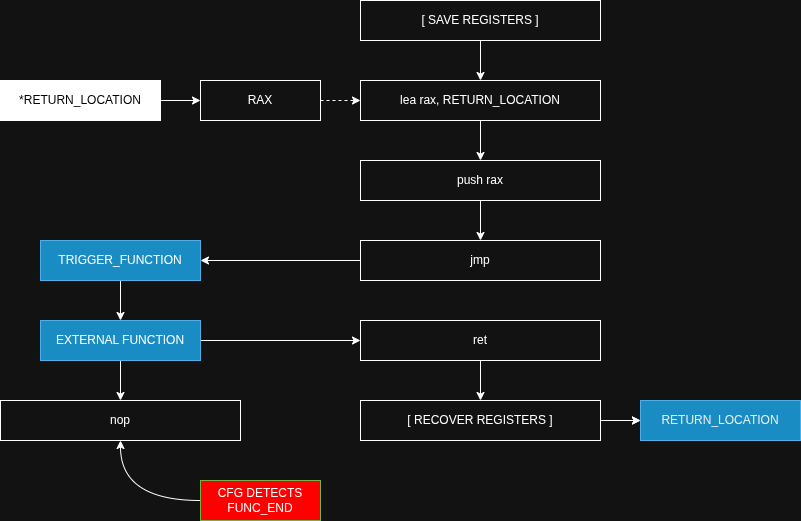
This is rsrc/BRKDEC_FUNC_BOUNDARY.png from therustymate/BRKDEC, a draw.io export, as it was before one commit. Source tidied: cells renumbered, new cells last; positions are measured from the earlier drawing's top-left corner, leaving out a move shared by most shapes. The source it was exported from:
```xml
<mxGraphModel>
  <root>
    <mxCell id="0" />
    <mxCell id="1" parent="0" />
    <mxCell id="2" value="push rax" style="rounded=0;whiteSpace=wrap;html=1;fontSize=12;" parent="1" vertex="1">
      <mxGeometry x="360" y="160" width="240" height="40" as="geometry" />
    </mxCell>
    <mxCell id="3" style="edgeStyle=orthogonalEdgeStyle;rounded=0;jettySize=auto;html=1;exitX=0.5;exitY=1;exitDx=0;exitDy=0;entryX=0.5;entryY=0;entryDx=0;entryDy=0;" parent="1" edge="1" source="2" target="5">
      <mxGeometry relative="1" as="geometry" />
    </mxCell>
    <mxCell id="4" style="edgeStyle=orthogonalEdgeStyle;rounded=0;jettySize=auto;html=1;exitX=0;exitY=0.5;exitDx=0;exitDy=0;entryX=1;entryY=0.5;entryDx=0;entryDy=0;" parent="1" edge="1" source="5" target="7">
      <mxGeometry relative="1" as="geometry" />
    </mxCell>
    <mxCell id="5" value="jmp" style="rounded=0;whiteSpace=wrap;html=1;fontSize=12;" parent="1" vertex="1">
      <mxGeometry x="360" y="240" width="240" height="40" as="geometry" />
    </mxCell>
    <mxCell id="6" style="edgeStyle=orthogonalEdgeStyle;rounded=0;jettySize=auto;html=1;exitX=0.5;exitY=1;exitDx=0;exitDy=0;entryX=0.5;entryY=0;entryDx=0;entryDy=0;fontColor=light-dark(#000000,#FFFFFF);" parent="1" edge="1" source="7" target="21">
      <mxGeometry relative="1" as="geometry" />
    </mxCell>
    <mxCell id="7" value="TRIGGER_FUNCTION" style="rounded=0;whiteSpace=wrap;html=1;fillColor=#1ba1e2;fontColor=light-dark(#000000,#FFFFFF);strokeColor=#006EAF;" parent="1" vertex="1">
      <mxGeometry x="40" y="240" width="160" height="40" as="geometry" />
    </mxCell>
    <mxCell id="8" style="edgeStyle=orthogonalEdgeStyle;rounded=0;jettySize=auto;html=1;exitX=1;exitY=0.5;exitDx=0;exitDy=0;entryX=0;entryY=0.5;entryDx=0;entryDy=0;dashed=1;" parent="1" edge="1" source="9" target="13">
      <mxGeometry relative="1" as="geometry" />
    </mxCell>
    <mxCell id="9" value="RAX" style="rounded=0;whiteSpace=wrap;html=1;fontSize=12;" parent="1" vertex="1">
      <mxGeometry x="200" y="80" width="120" height="40" as="geometry" />
    </mxCell>
    <mxCell id="10" style="edgeStyle=orthogonalEdgeStyle;rounded=0;jettySize=auto;html=1;exitX=1;exitY=0.5;exitDx=0;exitDy=0;entryX=0;entryY=0.5;entryDx=0;entryDy=0;" parent="1" edge="1" source="11" target="9">
      <mxGeometry relative="1" as="geometry" />
    </mxCell>
    <mxCell id="11" value="*RETURN_LOCATION" style="rounded=0;whiteSpace=wrap;html=1;fontSize=12;fillColor=light-dark(#FFFFFF,#FFFFFF);fontColor=light-dark(#000000,#000000);" parent="1" vertex="1">
      <mxGeometry y="80" width="160" height="40" as="geometry" />
    </mxCell>
    <mxCell id="12" style="edgeStyle=orthogonalEdgeStyle;rounded=0;jettySize=auto;html=1;exitX=0.5;exitY=1;exitDx=0;exitDy=0;entryX=0.5;entryY=0;entryDx=0;entryDy=0;" parent="1" edge="1" source="13" target="2">
      <mxGeometry relative="1" as="geometry" />
    </mxCell>
    <mxCell id="13" value="lea rax,&amp;nbsp;RETURN_LOCATION" style="rounded=0;whiteSpace=wrap;html=1;fontSize=12;" parent="1" vertex="1">
      <mxGeometry x="360" y="80" width="240" height="40" as="geometry" />
    </mxCell>
    <mxCell id="14" value="&lt;span style=&quot;color: rgb(0, 0, 0);&quot;&gt;RETURN_LOCATION&lt;/span&gt;" style="rounded=0;whiteSpace=wrap;html=1;fillColor=#1ba1e2;fontColor=#ffffff;strokeColor=#006EAF;" parent="1" vertex="1">
      <mxGeometry x="640" y="400" width="160" height="40" as="geometry" />
    </mxCell>
    <mxCell id="15" style="edgeStyle=orthogonalEdgeStyle;rounded=0;jettySize=auto;html=1;exitX=0.5;exitY=1;exitDx=0;exitDy=0;entryX=0.5;entryY=0;entryDx=0;entryDy=0;" parent="1" edge="1" source="16" target="27">
      <mxGeometry relative="1" as="geometry" />
    </mxCell>
    <mxCell id="16" value="ret" style="rounded=0;whiteSpace=wrap;html=1;fontSize=12;" parent="1" vertex="1">
      <mxGeometry x="360" y="320" width="240" height="40" as="geometry" />
    </mxCell>
    <mxCell id="17" style="edgeStyle=orthogonalEdgeStyle;rounded=0;jettySize=auto;html=1;exitX=0;exitY=0.5;exitDx=0;exitDy=0;entryX=0.5;entryY=1;entryDx=0;entryDy=0;curved=1;" parent="1" edge="1" source="18" target="22">
      <mxGeometry relative="1" as="geometry" />
    </mxCell>
    <mxCell id="18" value="CFG DETECTS FUNC_END" style="rounded=0;whiteSpace=wrap;html=1;fontSize=12;fillColor=light-dark(#60A917,#FF0000);fontColor=light-dark(#FFFFFF,#FFFFFF);strokeColor=#2D7600;" parent="1" vertex="1">
      <mxGeometry x="200" y="480" width="120" height="40" as="geometry" />
    </mxCell>
    <mxCell id="19" style="edgeStyle=orthogonalEdgeStyle;rounded=0;jettySize=auto;html=1;exitX=0.5;exitY=1;exitDx=0;exitDy=0;entryX=0.5;entryY=0;entryDx=0;entryDy=0;" parent="1" edge="1" source="21" target="22">
      <mxGeometry relative="1" as="geometry" />
    </mxCell>
    <mxCell id="20" style="edgeStyle=orthogonalEdgeStyle;rounded=0;jettySize=auto;html=1;exitX=1;exitY=0.5;exitDx=0;exitDy=0;entryX=0;entryY=0.5;entryDx=0;entryDy=0;" parent="1" edge="1" source="21" target="16">
      <mxGeometry relative="1" as="geometry" />
    </mxCell>
    <mxCell id="21" value="EXTERNAL FUNCTION" style="rounded=0;whiteSpace=wrap;html=1;fillColor=#1ba1e2;fontColor=light-dark(#000000,#FFFFFF);strokeColor=#006EAF;" parent="1" vertex="1">
      <mxGeometry x="40" y="320" width="160" height="40" as="geometry" />
    </mxCell>
    <mxCell id="22" value="nop" style="rounded=0;whiteSpace=wrap;html=1;fontSize=12;" parent="1" vertex="1">
      <mxGeometry y="400" width="240" height="40" as="geometry" />
    </mxCell>
    <mxCell id="23" style="edgeStyle=orthogonalEdgeStyle;rounded=0;jettySize=auto;html=1;exitX=0.5;exitY=1;exitDx=0;exitDy=0;entryX=0.5;entryY=0;entryDx=0;entryDy=0;" parent="1" edge="1" source="24" target="13">
      <mxGeometry relative="1" as="geometry" />
    </mxCell>
    <mxCell id="24" value="[ SAVE REGISTERS ]" style="rounded=0;whiteSpace=wrap;html=1;fontSize=12;" parent="1" vertex="1">
      <mxGeometry x="360" width="240" height="40" as="geometry" />
    </mxCell>
    <mxCell id="25" style="edgeStyle=orthogonalEdgeStyle;rounded=0;jettySize=auto;html=1;exitX=1;exitY=0.5;exitDx=0;exitDy=0;entryX=0;entryY=0.5;entryDx=0;entryDy=0;" parent="1" edge="1" source="27">
      <mxGeometry relative="1" as="geometry">
        <mxPoint x="640" y="420" as="targetPoint" />
      </mxGeometry>
    </mxCell>
    <mxCell id="26" style="edgeStyle=orthogonalEdgeStyle;rounded=0;jettySize=auto;html=1;entryX=0;entryY=0.5;entryDx=0;entryDy=0;exitX=1;exitY=0.5;exitDx=0;exitDy=0;" parent="1" edge="1" source="27" target="14">
      <mxGeometry relative="1" as="geometry" />
    </mxCell>
    <mxCell id="27" value="[ RECOVER REGISTERS ]" style="rounded=0;whiteSpace=wrap;html=1;fontSize=12;" parent="1" vertex="1">
      <mxGeometry x="360" y="400" width="240" height="40" as="geometry" />
    </mxCell>
  </root>
</mxGraphModel>
```
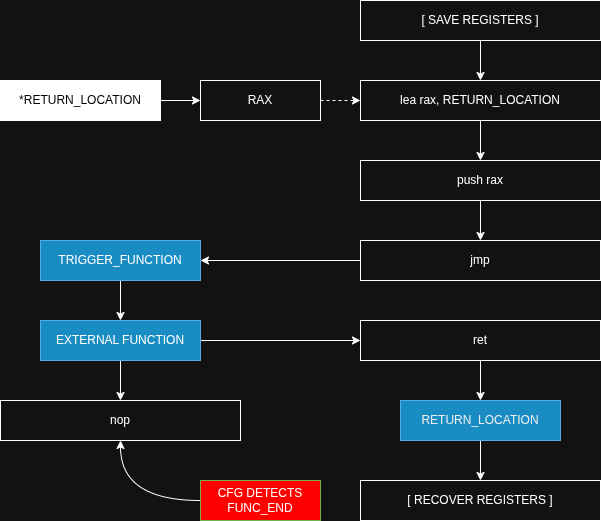
After the change.

Diff of the diagram source:
```diff
@@ -38,12 +38,15 @@
     <mxCell id="13" value="lea rax,&amp;nbsp;RETURN_LOCATION" style="rounded=0;whiteSpace=wrap;html=1;fontSize=12;" parent="1" vertex="1">
       <mxGeometry x="360" y="80" width="240" height="40" as="geometry" />
     </mxCell>
+    <mxCell id="28" style="edgeStyle=orthogonalEdgeStyle;rounded=0;jettySize=auto;html=1;exitX=0.5;exitY=1;exitDx=0;exitDy=0;entryX=0.5;entryY=0;entryDx=0;entryDy=0;" parent="1" edge="1" source="14" target="27">
+      <mxGeometry relative="1" as="geometry" />
+    </mxCell>
     <mxCell id="14" value="&lt;span style=&quot;color: rgb(0, 0, 0);&quot;&gt;RETURN_LOCATION&lt;/span&gt;" style="rounded=0;whiteSpace=wrap;html=1;fillColor=#1ba1e2;fontColor=#ffffff;strokeColor=#006EAF;" parent="1" vertex="1">
-      <mxGeometry x="640" y="400" width="160" height="40" as="geometry" />
+      <mxGeometry x="400" y="400" width="160" height="40" as="geometry" />
     </mxCell>
-    <mxCell id="15" style="edgeStyle=orthogonalEdgeStyle;rounded=0;jettySize=auto;html=1;exitX=0.5;exitY=1;exitDx=0;exitDy=0;entryX=0.5;entryY=0;entryDx=0;entryDy=0;" parent="1" edge="1" source="16" target="27">
-      <mxGeometry relative="1" as="geometry" />
-    </mxCell>
+    <mxCell id="29" style="edgeStyle=orthogonalEdgeStyle;rounded=0;jettySize=auto;html=1;exitX=0.5;exitY=1;exitDx=0;exitDy=0;entryX=0.5;entryY=0;entryDx=0;entryDy=0;" parent="1" edge="1" source="16" target="14">
+      <mxGeometry relative="1" as="geometry" />
+    </mxCell>
     <mxCell id="16" value="ret" style="rounded=0;whiteSpace=wrap;html=1;fontSize=12;" parent="1" vertex="1">
       <mxGeometry x="360" y="320" width="240" height="40" as="geometry" />
     </mxCell>
@@ -71,16 +74,8 @@
     <mxCell id="24" value="[ SAVE REGISTERS ]" style="rounded=0;whiteSpace=wrap;html=1;fontSize=12;" parent="1" vertex="1">
       <mxGeometry x="360" width="240" height="40" as="geometry" />
     </mxCell>
-    <mxCell id="25" style="edgeStyle=orthogonalEdgeStyle;rounded=0;jettySize=auto;html=1;exitX=1;exitY=0.5;exitDx=0;exitDy=0;entryX=0;entryY=0.5;entryDx=0;entryDy=0;" parent="1" edge="1" source="27">
-      <mxGeometry relative="1" as="geometry">
-        <mxPoint x="640" y="420" as="targetPoint" />
-      </mxGeometry>
-    </mxCell>
-    <mxCell id="26" style="edgeStyle=orthogonalEdgeStyle;rounded=0;jettySize=auto;html=1;entryX=0;entryY=0.5;entryDx=0;entryDy=0;exitX=1;exitY=0.5;exitDx=0;exitDy=0;" parent="1" edge="1" source="27" target="14">
-      <mxGeometry relative="1" as="geometry" />
-    </mxCell>
     <mxCell id="27" value="[ RECOVER REGISTERS ]" style="rounded=0;whiteSpace=wrap;html=1;fontSize=12;" parent="1" vertex="1">
-      <mxGeometry x="360" y="400" width="240" height="40" as="geometry" />
+      <mxGeometry x="360" y="480" width="240" height="40" as="geometry" />
     </mxCell>
   </root>
 </mxGraphModel>
```
